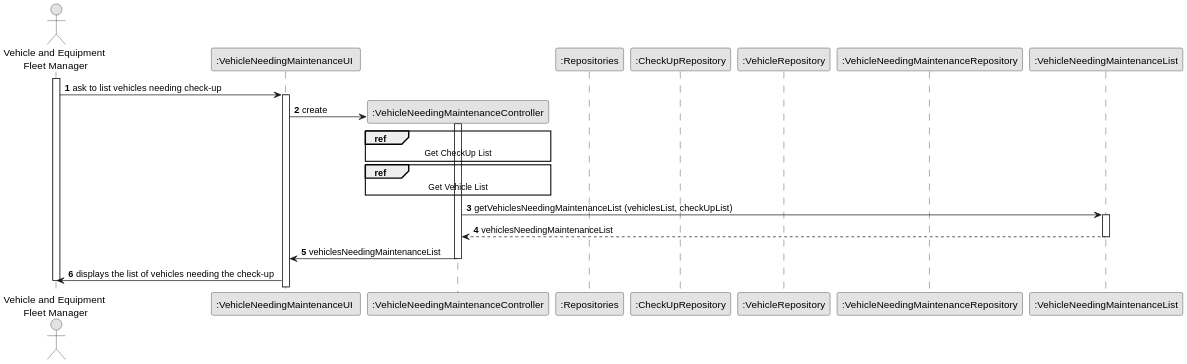
daniel41silva05/ISEP_2023_2024_LAPR2 keeps this PlantUML diagram as docs/sprintA&B/us008/03.design/svg/us008-sequence-diagram-split.svg. Above is the earlier version.
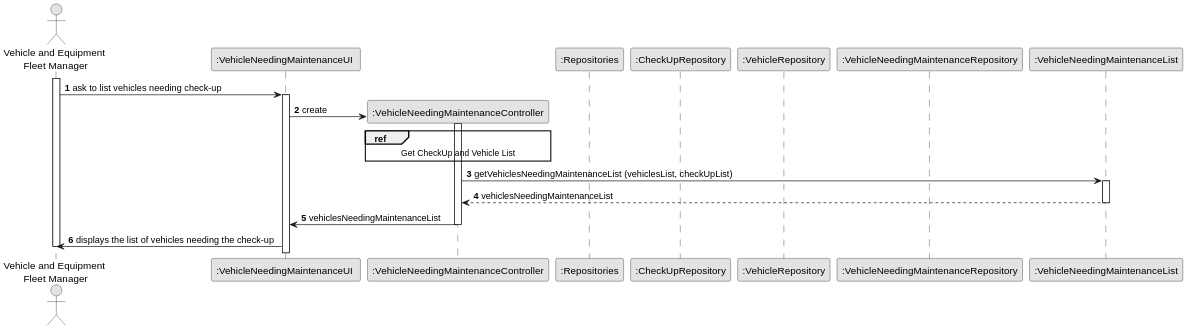
Later version of the same file.

Diff of the diagram source:
```diff
@@ -25,12 +25,10 @@
             activate CTRL
 
                  ref over CTRL
-                        Get CheckUp List
+                        Get CheckUp and Vehicle List
                  end ref
 
-                  ref over CTRL
-                            Get Vehicle List
-                    end ref
+
 
 
                               CTRL -> MaintenanceList: getVehiclesNeedingMaintenanceList (vehiclesList, checkUpList)
```
